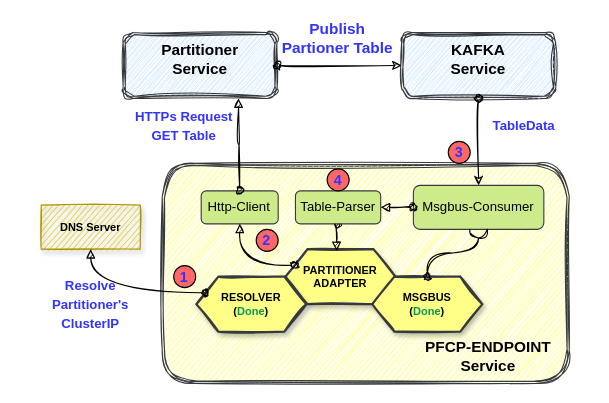
Earlier version of the draw.io diagram page "Partitioner" (4 of 6) of External_submodule.drawio (SunLucc/Test). Source tidied: cells renumbered, new cells numbered last; positions are measured from the earlier drawing's top-left corner, leaving out a move shared by most shapes. Both pictures are drawn from the tidied source at 110%, with x=0, y=0 at pixel (19, 21).
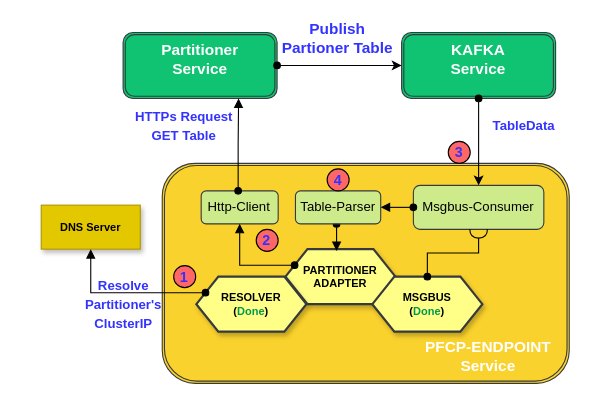
After the change.

The change refers to these unchanged cells:
```xml
<mxCell id="18" style="group;" parent="17" vertex="1">
  <mxGeometry y="10" width="140" height="60" as="geometry" />
</mxCell>
<mxCell id="21" style="group;" parent="17" vertex="1">
  <mxGeometry x="253.2" y="10" width="140" height="60" as="geometry" />
</mxCell>
```

Diff of the diagram source:
```diff
@@
-    <mxCell id="2" style="group;" parent="1" vertex="1">
-      <mxGeometry width="520" height="329" as="geometry" />
-    </mxCell>
-    <mxCell id="3" style="shape=ext;double=1;rounded=1;whiteSpace=wrap;html=1;shadow=0;sketch=1;fillStyle=hachure;fontSize=14;fillColor=#ffff88;curveFitting=1;jiggle=2;strokeColor=#36393d;" parent="2" vertex="1">
+    <mxCell id="3" style="shape=ext;double=1;rounded=1;whiteSpace=wrap;html=1;shadow=0;fillStyle=hachure;fontSize=14;fillColor=#FAD22D;strokeColor=#36393d;" parent="1" vertex="1">
       <mxGeometry x="130" y="129" width="370" height="200" as="geometry" />
     </mxCell>
-    <mxCell id="4" value="&lt;b style=&quot;font-size: 10px;&quot;&gt;&lt;font style=&quot;font-size: 10px;&quot;&gt;PARTITIONER&lt;br style=&quot;font-size: 10px;&quot;&gt;ADAPTER&lt;br style=&quot;font-size: 10px;&quot;&gt;&lt;/font&gt;&lt;/b&gt;" style="shape=hexagon;perimeter=hexagonPerimeter2;whiteSpace=wrap;html=1;fixedSize=1;fillStyle=solid;fillColor=#ffff88;strokeColor=#36393d;fontSize=10;rounded=0;shadow=1;sketch=1;strokeWidth=2;" parent="2" vertex="1">
+    <mxCell id="4" value="&lt;b style=&quot;font-size: 10px;&quot;&gt;&lt;font style=&quot;font-size: 10px;&quot;&gt;PARTITIONER&lt;br style=&quot;font-size: 10px;&quot;&gt;ADAPTER&lt;br style=&quot;font-size: 10px;&quot;&gt;&lt;/font&gt;&lt;/b&gt;" style="shape=hexagon;perimeter=hexagonPerimeter2;whiteSpace=wrap;html=1;fixedSize=1;fillStyle=solid;fillColor=#ffff88;strokeColor=#36393d;fontSize=10;rounded=0;shadow=1;strokeWidth=2;" parent="1" vertex="1">
       <mxGeometry x="242" y="207" width="100" height="50" as="geometry" />
     </mxCell>
-    <mxCell id="5" value="&lt;b style=&quot;font-size: 10px;&quot;&gt;MSGBUS&lt;br&gt;&lt;/b&gt;&lt;b style=&quot;border-color: var(--border-color);&quot;&gt;(&lt;font style=&quot;border-color: var(--border-color);&quot; color=&quot;#00994d&quot;&gt;Done&lt;/font&gt;)&lt;/b&gt;&lt;b style=&quot;font-size: 10px;&quot;&gt;&lt;br&gt;&lt;/b&gt;" style="shape=hexagon;perimeter=hexagonPerimeter2;whiteSpace=wrap;html=1;fixedSize=1;fillStyle=solid;fillColor=#ffff88;strokeColor=#36393d;fontSize=10;rounded=0;shadow=1;sketch=1;strokeWidth=2;" parent="2" vertex="1">
+    <mxCell id="5" value="&lt;b style=&quot;font-size: 10px;&quot;&gt;MSGBUS&lt;br&gt;&lt;/b&gt;&lt;b style=&quot;border-color: var(--border-color);&quot;&gt;(&lt;font style=&quot;border-color: var(--border-color);&quot; color=&quot;#00994d&quot;&gt;Done&lt;/font&gt;)&lt;/b&gt;&lt;b style=&quot;font-size: 10px;&quot;&gt;&lt;br&gt;&lt;/b&gt;" style="shape=hexagon;perimeter=hexagonPerimeter2;whiteSpace=wrap;html=1;fixedSize=1;fillStyle=solid;fillColor=#ffff88;strokeColor=#36393d;fontSize=10;rounded=0;shadow=1;strokeWidth=2;" parent="1" vertex="1">
       <mxGeometry x="321" y="232" width="100" height="50" as="geometry" />
     </mxCell>
-    <mxCell id="6" value="&lt;b style=&quot;font-size: 10px;&quot;&gt;RESOLVER&lt;br&gt;&lt;/b&gt;&lt;b style=&quot;border-color: var(--border-color);&quot;&gt;(&lt;font style=&quot;border-color: var(--border-color);&quot; color=&quot;#00994d&quot;&gt;Done&lt;/font&gt;)&lt;/b&gt;&lt;b style=&quot;font-size: 10px;&quot;&gt;&lt;br&gt;&lt;/b&gt;" style="shape=hexagon;perimeter=hexagonPerimeter2;whiteSpace=wrap;html=1;fixedSize=1;fillStyle=solid;fillColor=#ffff88;strokeColor=#36393d;fontSize=10;rounded=0;shadow=1;sketch=1;strokeWidth=2;" parent="2" vertex="1">
+    <mxCell id="6" value="&lt;b style=&quot;font-size: 10px;&quot;&gt;RESOLVER&lt;br&gt;&lt;/b&gt;&lt;b style=&quot;border-color: var(--border-color);&quot;&gt;(&lt;font style=&quot;border-color: var(--border-color);&quot; color=&quot;#00994d&quot;&gt;Done&lt;/font&gt;)&lt;/b&gt;&lt;b style=&quot;font-size: 10px;&quot;&gt;&lt;br&gt;&lt;/b&gt;" style="shape=hexagon;perimeter=hexagonPerimeter2;whiteSpace=wrap;html=1;fixedSize=1;fillStyle=solid;fillColor=#ffff88;strokeColor=#36393d;fontSize=10;rounded=0;shadow=1;strokeWidth=2;" parent="1" vertex="1">
       <mxGeometry x="161" y="232" width="100" height="50" as="geometry" />
     </mxCell>
-    <mxCell id="7" value="&lt;b&gt;DNS Server&lt;/b&gt;" style="whiteSpace=wrap;html=1;fontSize=10;fillColor=#e3c800;strokeColor=#B09500;fillStyle=hachure;rounded=0;shadow=1;sketch=1;fontColor=#000000;" parent="2" vertex="1">
+    <mxCell id="7" value="&lt;b&gt;DNS Server&lt;/b&gt;" style="whiteSpace=wrap;html=1;fontSize=10;fillColor=#e3c800;strokeColor=#B09500;fillStyle=hachure;rounded=0;shadow=1;fontColor=#000000;" parent="1" vertex="1">
       <mxGeometry x="20" y="167" width="90" height="40" as="geometry" />
     </mxCell>
-    <mxCell id="8" style="edgeStyle=orthogonalEdgeStyle;curved=1;sketch=1;jettySize=auto;html=1;exitX=0;exitY=0.25;exitDx=0;exitDy=0;fontSize=12;fontColor=#000000;startArrow=oval;startFill=1;endArrow=block;endFill=1;" parent="2" edge="1" source="6" target="7">
+    <mxCell id="8" style="edgeStyle=orthogonalEdgeStyle;jettySize=auto;html=1;exitX=0;exitY=0.25;exitDx=0;exitDy=0;fontSize=12;fontColor=#000000;startArrow=oval;startFill=1;endArrow=block;endFill=1;rounded=0;" parent="1" edge="1" source="6" target="7">
       <mxGeometry relative="1" as="geometry" />
     </mxCell>
-    <mxCell id="9" value="Http-Client" style="rounded=1;whiteSpace=wrap;html=1;shadow=0;fillStyle=hachure;fontSize=12;fillColor=#cdeb8b;strokeColor=#36393d;" parent="2" vertex="1">
+    <mxCell id="9" value="Http-Client" style="rounded=1;whiteSpace=wrap;html=1;shadow=0;fillStyle=hachure;fontSize=12;fillColor=#cdeb8b;strokeColor=#36393d;" parent="1" vertex="1">
       <mxGeometry x="165.4" y="154" width="70" height="30" as="geometry" />
     </mxCell>
-    <mxCell id="10" style="edgeStyle=orthogonalEdgeStyle;curved=1;sketch=1;jettySize=auto;html=1;exitX=0;exitY=0.25;exitDx=0;exitDy=0;entryX=0.5;entryY=1;entryDx=0;entryDy=0;fontSize=12;fontColor=#000000;startArrow=oval;startFill=1;endArrow=block;endFill=1;" parent="2" edge="1" source="4" target="9">
+    <mxCell id="10" style="edgeStyle=orthogonalEdgeStyle;jettySize=auto;html=1;exitX=0;exitY=0.25;exitDx=0;exitDy=0;entryX=0.5;entryY=1;entryDx=0;entryDy=0;fontSize=12;fontColor=#000000;startArrow=oval;startFill=1;endArrow=block;endFill=1;rounded=0;" parent="1" edge="1" source="4" target="9">
       <mxGeometry relative="1" as="geometry" />
     </mxCell>
-    <mxCell id="11" value="Msgbus-Consumer" style="rounded=1;whiteSpace=wrap;html=1;shadow=0;fillStyle=hachure;fontSize=12;fillColor=#cdeb8b;strokeColor=#36393d;" parent="2" vertex="1">
+    <mxCell id="11" value="Msgbus-Consumer" style="rounded=1;whiteSpace=wrap;html=1;shadow=0;fillStyle=hachure;fontSize=12;fillColor=#cdeb8b;strokeColor=#36393d;" parent="1" vertex="1">
       <mxGeometry x="358.3" y="149" width="118.6" height="40" as="geometry" />
     </mxCell>
-    <mxCell id="12" style="edgeStyle=orthogonalEdgeStyle;curved=1;sketch=1;jettySize=auto;html=1;exitX=0.5;exitY=0;exitDx=0;exitDy=0;entryX=0.5;entryY=1;entryDx=0;entryDy=0;fontSize=12;fontColor=#000000;startArrow=oval;startFill=1;endArrow=halfCircle;endFill=0;" parent="2" edge="1" source="5" target="11">
+    <mxCell id="12" style="edgeStyle=orthogonalEdgeStyle;jettySize=auto;html=1;exitX=0.5;exitY=0;exitDx=0;exitDy=0;entryX=0.5;entryY=1;entryDx=0;entryDy=0;fontSize=12;fontColor=#000000;startArrow=oval;startFill=1;endArrow=halfCircle;endFill=0;rounded=0;" parent="1" edge="1" source="5" target="11">
       <mxGeometry relative="1" as="geometry" />
     </mxCell>
-    <mxCell id="13" style="edgeStyle=orthogonalEdgeStyle;curved=1;sketch=1;jettySize=auto;html=1;exitX=0.5;exitY=1;exitDx=0;exitDy=0;entryX=0.465;entryY=0.034;entryDx=0;entryDy=0;entryPerimeter=0;fontSize=12;fontColor=#000000;startArrow=oval;startFill=1;endArrow=block;endFill=1;" parent="2" edge="1" source="14" target="4">
+    <mxCell id="13" style="edgeStyle=orthogonalEdgeStyle;jettySize=auto;html=1;exitX=0.482;exitY=1.001;exitDx=0;exitDy=0;entryX=0.465;entryY=0.034;entryDx=0;entryDy=0;entryPerimeter=0;fontSize=12;fontColor=#000000;startArrow=oval;startFill=1;endArrow=block;endFill=1;rounded=0;exitPerimeter=0;" parent="1" edge="1" source="14" target="4">
       <mxGeometry relative="1" as="geometry" />
     </mxCell>
-    <mxCell id="14" value="Table-Parser" style="rounded=1;whiteSpace=wrap;html=1;shadow=0;fillStyle=hachure;fontSize=12;fillColor=#cdeb8b;strokeColor=#36393d;" parent="2" vertex="1">
+    <mxCell id="14" value="Table-Parser" style="rounded=1;whiteSpace=wrap;html=1;shadow=0;fillStyle=hachure;fontSize=12;fillColor=#cdeb8b;strokeColor=#36393d;" parent="1" vertex="1">
       <mxGeometry x="251.1" y="154" width="77.5" height="30" as="geometry" />
     </mxCell>
-    <mxCell id="15" style="edgeStyle=orthogonalEdgeStyle;curved=1;sketch=1;jettySize=auto;html=1;exitX=0;exitY=0.5;exitDx=0;exitDy=0;entryX=1;entryY=0.5;entryDx=0;entryDy=0;fontSize=12;fontColor=#000000;startArrow=oval;startFill=1;endArrow=block;endFill=1;" parent="2" edge="1" source="11" target="14">
+    <mxCell id="15" style="edgeStyle=orthogonalEdgeStyle;curved=1;jettySize=auto;html=1;exitX=0;exitY=0.5;exitDx=0;exitDy=0;entryX=1;entryY=0.5;entryDx=0;entryDy=0;fontSize=12;fontColor=#000000;startArrow=oval;startFill=1;endArrow=block;endFill=1;" parent="1" edge="1" source="11" target="14">
       <mxGeometry relative="1" as="geometry" />
     </mxCell>
-    <mxCell id="16" value="&lt;b&gt;PFCP-ENDPOINT&lt;br&gt;Service&lt;br&gt;&lt;/b&gt;" style="text;html=1;strokeColor=none;fillColor=none;align=center;verticalAlign=middle;whiteSpace=wrap;rounded=0;shadow=0;sketch=1;fillStyle=hachure;fontSize=14;fontColor=#000000;" parent="2" vertex="1">
+    <mxCell id="16" value="&lt;b&gt;&lt;font color=&quot;#ffffff&quot;&gt;PFCP-ENDPOINT&lt;br&gt;Service&lt;/font&gt;&lt;br&gt;&lt;/b&gt;" style="text;html=1;strokeColor=none;fillColor=none;align=center;verticalAlign=middle;whiteSpace=wrap;rounded=0;shadow=0;fillStyle=hachure;fontSize=14;fontColor=#000000;" parent="1" vertex="1">
       <mxGeometry x="363.6" y="289" width="125" height="30" as="geometry" />
     </mxCell>
-    <mxCell id="17" style="group;" parent="2" vertex="1">
+    <mxCell id="17" style="group;" parent="1" vertex="1">
       <mxGeometry x="94.4" width="393.2" height="70" as="geometry" />
     </mxCell>
@@
-    <mxCell id="19" style="shape=ext;double=1;rounded=1;whiteSpace=wrap;html=1;shadow=0;sketch=1;fillStyle=hachure;fontSize=14;fillColor=#cce5ff;curveFitting=1;jiggle=2;strokeColor=#36393d;" parent="18" vertex="1">
+    <mxCell id="19" style="shape=ext;double=1;rounded=1;whiteSpace=wrap;html=1;shadow=0;fillStyle=hachure;fontSize=14;fillColor=#0FC373;strokeColor=#36393d;" parent="18" vertex="1">
       <mxGeometry width="140" height="60" as="geometry" />
     </mxCell>
-    <mxCell id="20" value="&lt;b&gt;Partitioner Service&lt;/b&gt;" style="text;html=1;strokeColor=none;fillColor=none;align=center;verticalAlign=middle;whiteSpace=wrap;rounded=0;shadow=0;sketch=1;fillStyle=hachure;fontSize=14;fontColor=#000000;" parent="18" vertex="1">
+    <mxCell id="20" value="&lt;b&gt;&lt;font color=&quot;#ffffff&quot;&gt;Partitioner Service&lt;/font&gt;&lt;/b&gt;" style="text;html=1;strokeColor=none;fillColor=none;align=center;verticalAlign=middle;whiteSpace=wrap;rounded=0;shadow=0;fillStyle=hachure;fontSize=14;fontColor=#000000;" parent="18" vertex="1">
       <mxGeometry x="20.3" y="9" width="99.4" height="30" as="geometry" />
     </mxCell>
@@
-    <mxCell id="22" style="shape=ext;double=1;rounded=1;whiteSpace=wrap;html=1;shadow=0;sketch=1;fillStyle=hachure;fontSize=14;fillColor=#cce5ff;curveFitting=1;jiggle=2;strokeColor=#36393d;" parent="21" vertex="1">
+    <mxCell id="22" style="shape=ext;double=1;rounded=1;whiteSpace=wrap;html=1;shadow=0;fillStyle=hachure;fontSize=14;fillColor=#0FC373;strokeColor=#36393d;" parent="21" vertex="1">
       <mxGeometry width="140" height="60" as="geometry" />
     </mxCell>
-    <mxCell id="23" value="&lt;b&gt;KAFKA Service&lt;/b&gt;" style="text;html=1;strokeColor=none;fillColor=none;align=center;verticalAlign=middle;whiteSpace=wrap;rounded=0;shadow=0;sketch=1;fillStyle=hachure;fontSize=14;fontColor=#000000;" parent="21" vertex="1">
+    <mxCell id="23" value="&lt;b&gt;&lt;font color=&quot;#ffffff&quot;&gt;KAFKA Service&lt;/font&gt;&lt;/b&gt;" style="text;html=1;strokeColor=none;fillColor=none;align=center;verticalAlign=middle;whiteSpace=wrap;rounded=0;shadow=0;fillStyle=hachure;fontSize=14;fontColor=#000000;" parent="21" vertex="1">
       <mxGeometry x="20.3" y="9" width="99.4" height="30" as="geometry" />
     </mxCell>
-    <mxCell id="24" style="edgeStyle=orthogonalEdgeStyle;curved=1;sketch=1;jettySize=auto;html=1;fontSize=12;fontColor=#000000;startArrow=oval;startFill=1;endArrow=classic;endFill=1;entryX=0;entryY=0.5;entryDx=0;entryDy=0;" parent="17" edge="1" source="19" target="22">
+    <mxCell id="24" style="edgeStyle=orthogonalEdgeStyle;curved=1;jettySize=auto;html=1;fontSize=12;fontColor=#000000;startArrow=oval;startFill=1;endArrow=classic;endFill=1;entryX=0;entryY=0.5;entryDx=0;entryDy=0;" parent="17" edge="1" source="19" target="22">
       <mxGeometry relative="1" as="geometry" />
     </mxCell>
-    <mxCell id="25" value="&lt;b&gt;Publish &lt;br&gt;Partioner Table&lt;/b&gt;" style="text;html=1;strokeColor=none;fillColor=none;align=center;verticalAlign=middle;whiteSpace=wrap;rounded=0;shadow=0;dashed=0;labelBackgroundColor=none;sketch=0;fillStyle=cross-hatch;fontFamily=Helvetica;fontSize=14;fontColor=#3333FF;" parent="17" vertex="1">
+    <mxCell id="25" value="&lt;b&gt;Publish &lt;br&gt;Partioner Table&lt;/b&gt;" style="text;html=1;strokeColor=none;fillColor=none;align=center;verticalAlign=middle;whiteSpace=wrap;rounded=0;shadow=0;dashed=0;labelBackgroundColor=none;fillStyle=cross-hatch;fontFamily=Helvetica;fontSize=14;fontColor=#3333FF;" parent="17" vertex="1">
       <mxGeometry x="140.5" width="109" height="30" as="geometry" />
     </mxCell>
-    <mxCell id="26" style="edgeStyle=orthogonalEdgeStyle;curved=1;sketch=1;jettySize=auto;html=1;exitX=0.5;exitY=0;exitDx=0;exitDy=0;entryX=0.75;entryY=1;entryDx=0;entryDy=0;fontSize=12;fontColor=#000000;startArrow=oval;startFill=1;endArrow=block;endFill=1;" parent="2" edge="1" source="9" target="19">
-      <mxGeometry relative="1" as="geometry" />
+    <mxCell id="26" style="edgeStyle=orthogonalEdgeStyle;jettySize=auto;html=1;exitX=0.48;exitY=-0.002;exitDx=0;exitDy=0;entryX=0.75;entryY=1;entryDx=0;entryDy=0;fontSize=12;fontColor=#000000;startArrow=oval;startFill=1;endArrow=block;endFill=1;rounded=0;exitPerimeter=0;" parent="1" edge="1" source="9" target="19">
+      <mxGeometry relative="1" as="geometry">
+        <Array as="points">
+          <mxPoint x="199" y="112" />
+          <mxPoint x="199" y="112" />
+        </Array>
+      </mxGeometry>
     </mxCell>
-    <mxCell id="27" style="edgeStyle=orthogonalEdgeStyle;curved=1;sketch=1;jettySize=auto;html=1;exitX=0.5;exitY=1;exitDx=0;exitDy=0;fontSize=12;fontColor=#000000;startArrow=oval;startFill=1;endArrow=classic;endFill=0;" parent="2" edge="1" source="22" target="11">
+    <mxCell id="27" style="edgeStyle=orthogonalEdgeStyle;jettySize=auto;html=1;exitX=0.5;exitY=1;exitDx=0;exitDy=0;fontSize=12;fontColor=#000000;startArrow=oval;startFill=1;endArrow=classic;endFill=1;rounded=0;" parent="1" edge="1" source="22" target="11">
       <mxGeometry relative="1" as="geometry" />
     </mxCell>
-    <mxCell id="28" value="&lt;font style=&quot;font-size: 12px;&quot;&gt;HTTPs Request&lt;br&gt;GET Table&lt;br&gt;&lt;/font&gt;" style="text;html=1;strokeColor=none;fillColor=none;align=center;verticalAlign=middle;whiteSpace=wrap;rounded=0;shadow=0;dashed=0;labelBackgroundColor=none;sketch=0;fillStyle=cross-hatch;fontFamily=Helvetica;fontSize=14;fontColor=#3333FF;fontStyle=1;" parent="2" vertex="1">
+    <mxCell id="28" value="&lt;font style=&quot;font-size: 12px;&quot;&gt;HTTPs Request&lt;br&gt;GET Table&lt;br&gt;&lt;/font&gt;" style="text;html=1;strokeColor=none;fillColor=none;align=center;verticalAlign=middle;whiteSpace=wrap;rounded=0;shadow=0;dashed=0;labelBackgroundColor=none;fillStyle=cross-hatch;fontFamily=Helvetica;fontSize=14;fontColor=#3333FF;fontStyle=1;" parent="1" vertex="1">
       <mxGeometry x="95.4" y="79" width="110" height="30" as="geometry" />
     </mxCell>
-    <mxCell id="29" value="&lt;font style=&quot;font-size: 12px;&quot;&gt;TableData&lt;br&gt;&lt;/font&gt;" style="text;html=1;strokeColor=none;fillColor=none;align=center;verticalAlign=middle;whiteSpace=wrap;rounded=0;shadow=0;dashed=0;labelBackgroundColor=none;sketch=0;fillStyle=cross-hatch;fontFamily=Helvetica;fontSize=14;fontColor=#3333FF;fontStyle=1;" parent="2" vertex="1">
+    <mxCell id="29" value="&lt;font style=&quot;font-size: 12px;&quot;&gt;TableData&lt;br&gt;&lt;/font&gt;" style="text;html=1;strokeColor=none;fillColor=none;align=center;verticalAlign=middle;whiteSpace=wrap;rounded=0;shadow=0;dashed=0;labelBackgroundColor=none;fillStyle=cross-hatch;fontFamily=Helvetica;fontSize=14;fontColor=#3333FF;fontStyle=1;" parent="1" vertex="1">
       <mxGeometry x="404" y="79" width="110" height="30" as="geometry" />
     </mxCell>
-    <mxCell id="30" value="&lt;span style=&quot;font-size: 12px;&quot;&gt;Resolve &lt;br&gt;Partitioner's&lt;br&gt;ClusterIP&lt;/span&gt;" style="text;html=1;strokeColor=none;fillColor=none;align=center;verticalAlign=middle;whiteSpace=wrap;rounded=0;shadow=0;dashed=0;labelBackgroundColor=none;sketch=0;fillStyle=cross-hatch;fontFamily=Helvetica;fontSize=14;fontColor=#3333FF;fontStyle=1;" parent="2" vertex="1">
-      <mxGeometry y="242" width="130" height="30" as="geometry" />
+    <mxCell id="30" value="&lt;span style=&quot;font-size: 12px;&quot;&gt;Resolve &lt;br&gt;Partitioner's&lt;br&gt;ClusterIP&lt;/span&gt;" style="text;html=1;strokeColor=none;fillColor=none;align=center;verticalAlign=middle;whiteSpace=wrap;rounded=0;shadow=0;dashed=0;labelBackgroundColor=none;fillStyle=cross-hatch;fontFamily=Helvetica;fontSize=14;fontColor=#3333FF;fontStyle=1;" parent="1" vertex="1">
+      <mxGeometry x="30.4" y="242" width="130" height="30" as="geometry" />
     </mxCell>
-    <mxCell id="31" value="&lt;font style=&quot;font-size: 13px;&quot;&gt;&lt;b&gt;1&lt;/b&gt;&lt;/font&gt;" style="ellipse;whiteSpace=wrap;html=1;fontFamily=Helvetica;fontSize=12;fontColor=#3333FF;fillColor=#FF6666;" parent="2" vertex="1">
+    <mxCell id="31" value="&lt;font style=&quot;font-size: 13px;&quot;&gt;&lt;b&gt;1&lt;/b&gt;&lt;/font&gt;" style="ellipse;whiteSpace=wrap;html=1;fontFamily=Helvetica;fontSize=12;fontColor=#3333FF;fillColor=#FF6666;" parent="1" vertex="1">
       <mxGeometry x="140.4" y="222" width="20" height="20" as="geometry" />
     </mxCell>
-    <mxCell id="32" value="&lt;font style=&quot;font-size: 13px;&quot;&gt;&lt;b&gt;2&lt;/b&gt;&lt;/font&gt;" style="ellipse;whiteSpace=wrap;html=1;fontFamily=Helvetica;fontSize=12;fontColor=#3333FF;fillColor=#FF6666;" parent="2" vertex="1">
+    <mxCell id="32" value="&lt;font style=&quot;font-size: 13px;&quot;&gt;&lt;b&gt;2&lt;/b&gt;&lt;/font&gt;" style="ellipse;whiteSpace=wrap;html=1;fontFamily=Helvetica;fontSize=12;fontColor=#3333FF;fillColor=#FF6666;" parent="1" vertex="1">
       <mxGeometry x="215.4" y="189" width="20" height="20" as="geometry" />
     </mxCell>
-    <mxCell id="33" value="&lt;font style=&quot;font-size: 13px;&quot;&gt;&lt;b&gt;3&lt;/b&gt;&lt;/font&gt;" style="ellipse;whiteSpace=wrap;html=1;fontFamily=Helvetica;fontSize=12;fontColor=#3333FF;fillColor=#FF6666;" parent="2" vertex="1">
+    <mxCell id="33" value="&lt;font style=&quot;font-size: 13px;&quot;&gt;&lt;b&gt;3&lt;/b&gt;&lt;/font&gt;" style="ellipse;whiteSpace=wrap;html=1;fontFamily=Helvetica;fontSize=12;fontColor=#3333FF;fillColor=#FF6666;" parent="1" vertex="1">
       <mxGeometry x="390" y="109" width="20" height="20" as="geometry" />
     </mxCell>
-    <mxCell id="34" value="&lt;font style=&quot;font-size: 13px;&quot;&gt;&lt;b&gt;4&lt;/b&gt;&lt;/font&gt;" style="ellipse;whiteSpace=wrap;html=1;fontFamily=Helvetica;fontSize=12;fontColor=#3333FF;fillColor=#FF6666;" parent="2" vertex="1">
+    <mxCell id="34" value="&lt;font style=&quot;font-size: 13px;&quot;&gt;&lt;b&gt;4&lt;/b&gt;&lt;/font&gt;" style="ellipse;whiteSpace=wrap;html=1;fontFamily=Helvetica;fontSize=12;fontColor=#3333FF;fillColor=#FF6666;" parent="1" vertex="1">
       <mxGeometry x="279.9" y="134" width="20" height="20" as="geometry" />
     </mxCell>
```
